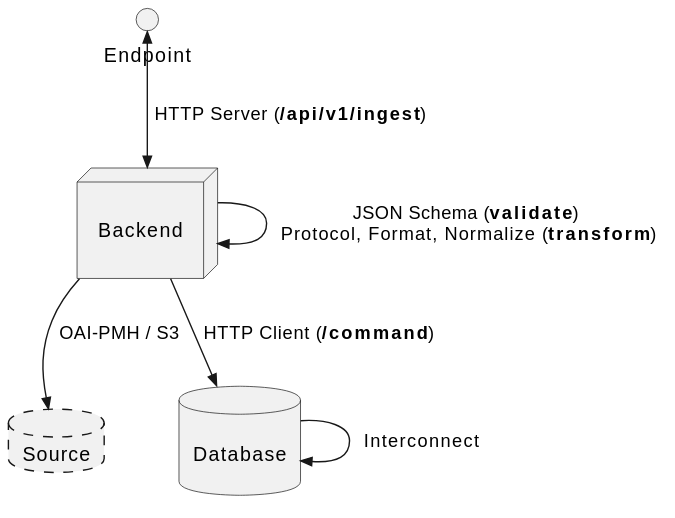
Before: docs/images/ingest-endpoint.svg, a diagram exported from PlantUML (ulbmuenster/dataasee).
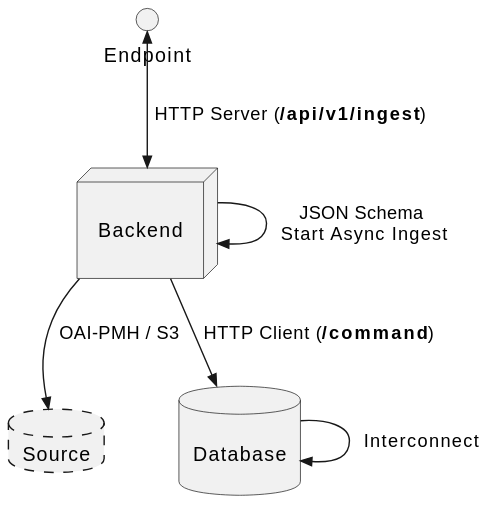
After the change.

Diff of the diagram source:
```diff
@@ -20,7 +20,7 @@
 endpoint <<-->> backend : " HTTP Server (<b>/api/v1/ingest</b>)"
 
 backend -->> src : " OAI-PMH / S3"
-backend -->> backend : " JSON Schema (<b>validate</b>) \n Protocol, Format, Normalize (<b>transform</b>)"
+backend -->> backend : " JSON Schema \n Start Async Ingest"
 backend -->> database : " HTTP Client (<b>/command</b>)"
 database -->> database : " Interconnect"
 @enduml
```
